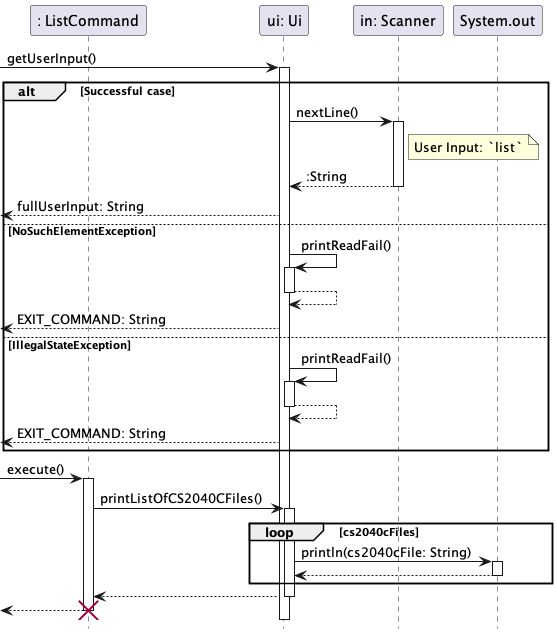
Earlier version of the PlantUML export docs/sequence-diagrams/diagrams/Ui.png (ong-ck/tp).
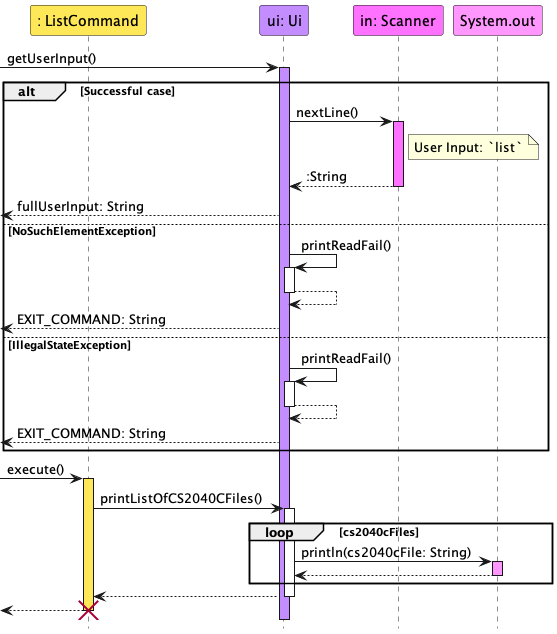
The same file after the commit.

Change to the diagram source:
```diff
@@ -1,16 +1,18 @@
 @startuml
+!include ../../style.iuml
+
 hide footbox
 
-participant ": ListCommand" as ListCommand
-participant "ui: Ui" as Ui
-participant "in: Scanner" as Scanner
-participant "System.out" as System
+participant ": ListCommand" as ListCommand ListCommand_STYLE
+participant "ui: Ui" as Ui Ui_STYLE
+participant "in: Scanner" as Scanner Scanner_STYLE
+participant "System.out" as System System_STYLE
 
 -> Ui: getUserInput()
-activate Ui
+activate Ui Ui_STYLE
 alt Successful case
     Ui -> Scanner: nextLine()
-    activate Scanner
+    activate Scanner Scanner_STYLE
     note right of Scanner : User Input: `list`
     return :String
     <-- Ui : fullUserInput: String
@@ -27,12 +29,12 @@
 end
 
 -> ListCommand: execute()
-activate ListCommand
+activate ListCommand ListCommand_STYLE
     ListCommand -> Ui: printListOfCS2040CFiles()
     activate Ui
         loop cs2040cFiles
             Ui -> System: println(cs2040cFile: String)
-            activate System
+            activate System System_STYLE
             return
         end
     return
```
